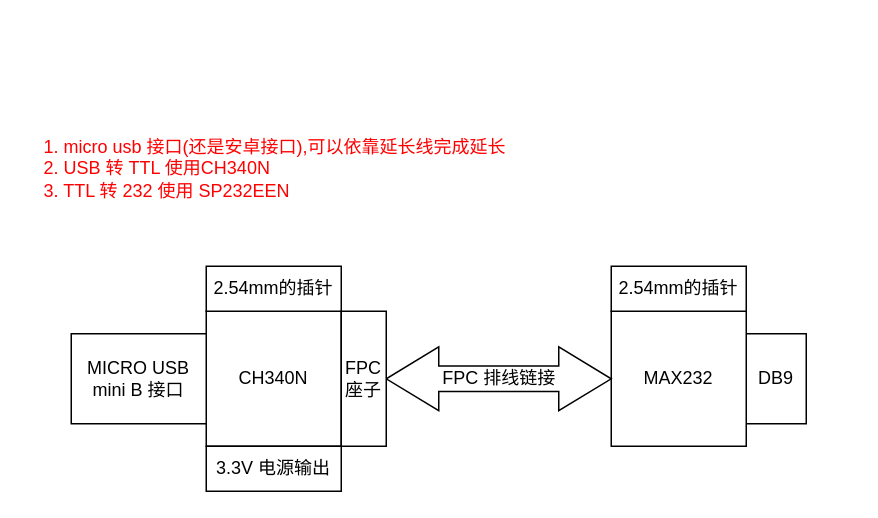
This is misc/usb转ttl.drawio from iysheng/reddbg, a draw.io file, before an edit. Source tidied: cells renumbered, new cells numbered last; positions are measured from the earlier drawing's top-left corner, leaving out a move shared by most shapes. Both pictures are drawn from the tidied source at 150%, with x=0, y=0 at pixel (40, 116).
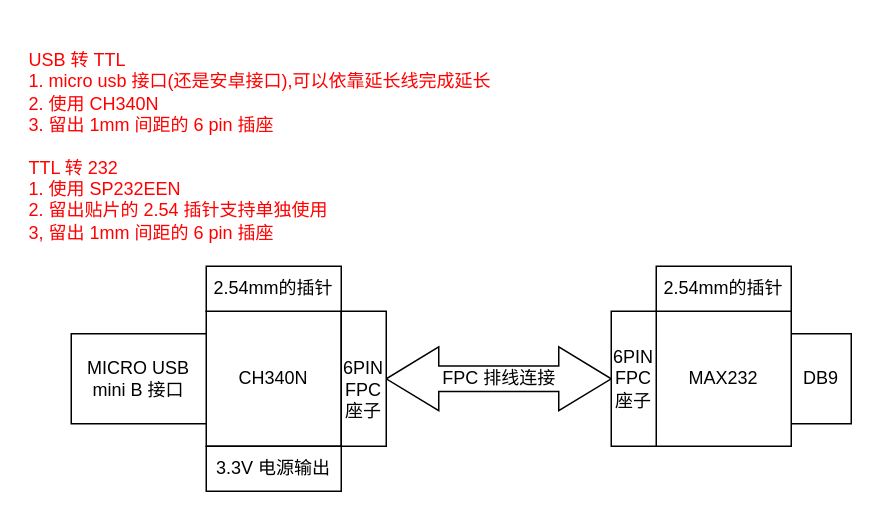
The same diagram, later.

Commit message (it also covers changes not shown here):
[CHG][NT] 更新原理图和 PCB 对 TX 和 RX LED 灯具状态指示管脚接线为上拉

The edit, as a diff of the source:
```diff
@@
 <mxGraphModel>
   <root>
     <mxCell id="0" />
     <mxCell id="1" parent="0" />
     <mxCell id="2" value="CH340N" style="rounded=0;whiteSpace=wrap;html=1;" parent="1" vertex="1">
       <mxGeometry x="110" y="130" width="90" height="90" as="geometry" />
     </mxCell>
     <mxCell id="3" value="MICRO USB &lt;br&gt;mini B 接口" style="rounded=0;whiteSpace=wrap;html=1;" parent="1" vertex="1">
       <mxGeometry x="20" y="145" width="90" height="60" as="geometry" />
     </mxCell>
     <mxCell id="4" value="DB9" style="rounded=0;whiteSpace=wrap;html=1;" parent="1" vertex="1">
-      <mxGeometry x="470" y="145" width="40" height="60" as="geometry" />
+      <mxGeometry x="500" y="145" width="40" height="60" as="geometry" />
     </mxCell>
-    <mxCell id="5" value="1. micro usb 接口(还是安卓接口),可以依靠延长线完成延长&lt;br&gt;2. USB 转 TTL 使用CH340N&lt;br&gt;3. TTL 转 232 使用 SP232EEN" style="text;html=1;strokeColor=none;fillColor=none;align=left;verticalAlign=middle;whiteSpace=wrap;rounded=0;fontColor=#FF0000;" parent="1" vertex="1">
-      <mxGeometry width="370" height="70" as="geometry" />
+    <mxCell id="5" value="USB 转 TTL &lt;br&gt;1. micro usb 接口(还是安卓接口),可以依靠延长线完成延长&lt;br&gt;2. 使用 CH340N&lt;br&gt;3. 留出 1mm 间距的 6 pin 插座&lt;br&gt;&lt;br&gt;TTL 转 232&lt;br&gt;1. 使用 SP232EEN&lt;br&gt;2. 留出贴片的 2.54 插针支持单独使用&lt;br&gt;3, 留出 1mm 间距的 6 pin 插座" style="text;html=1;strokeColor=none;fillColor=none;align=left;verticalAlign=middle;whiteSpace=wrap;rounded=0;fontColor=#FF0000;" parent="1" vertex="1">
+      <mxGeometry x="-10" y="-60" width="340" height="160" as="geometry" />
     </mxCell>
     <mxCell id="6" value="MAX232" style="rounded=0;whiteSpace=wrap;html=1;" parent="1" vertex="1">
-      <mxGeometry x="380" y="130" width="90" height="90" as="geometry" />
+      <mxGeometry x="410" y="130" width="90" height="90" as="geometry" />
     </mxCell>
-    <mxCell id="7" value="FPC 排线链接" style="html=1;shadow=0;dashed=0;align=center;verticalAlign=middle;shape=mxgraph.arrows2.twoWayArrow;dy=0.6;dx=35;" parent="1" vertex="1">
+    <mxCell id="7" value="FPC 排线连接" style="html=1;shadow=0;dashed=0;align=center;verticalAlign=middle;shape=mxgraph.arrows2.twoWayArrow;dy=0.6;dx=35;" parent="1" vertex="1">
       <mxGeometry x="230" y="153.8" width="150" height="42.5" as="geometry" />
     </mxCell>
     <mxCell id="8" value="2.54mm的插针" style="rounded=0;whiteSpace=wrap;html=1;" parent="1" vertex="1">
       <mxGeometry x="110" y="100" width="90" height="30" as="geometry" />
     </mxCell>
-    <mxCell id="9" value="FPC座子" style="rounded=0;whiteSpace=wrap;html=1;" parent="1" vertex="1">
+    <mxCell id="9" value="&lt;br&gt;6PIN&lt;br&gt;FPC座子" style="rounded=0;whiteSpace=wrap;html=1;" parent="1" vertex="1">
       <mxGeometry x="200" y="130" width="30" height="90" as="geometry" />
     </mxCell>
     <mxCell id="10" value="3.3V 电源输出" style="rounded=0;whiteSpace=wrap;html=1;" parent="1" vertex="1">
       <mxGeometry x="110" y="220" width="90" height="30" as="geometry" />
     </mxCell>
     <mxCell id="11" value="2.54mm的插针" style="rounded=0;whiteSpace=wrap;html=1;" parent="1" vertex="1">
-      <mxGeometry x="380" y="100" width="90" height="30" as="geometry" />
+      <mxGeometry x="410" y="100" width="90" height="30" as="geometry" />
     </mxCell>
+    <mxCell id="12" value="6PIN&lt;br&gt;FPC座子" style="rounded=0;whiteSpace=wrap;html=1;" parent="1" vertex="1">
+      <mxGeometry x="380" y="130" width="30" height="90" as="geometry" />
+    </mxCell>
   </root>
 </mxGraphModel>
```
